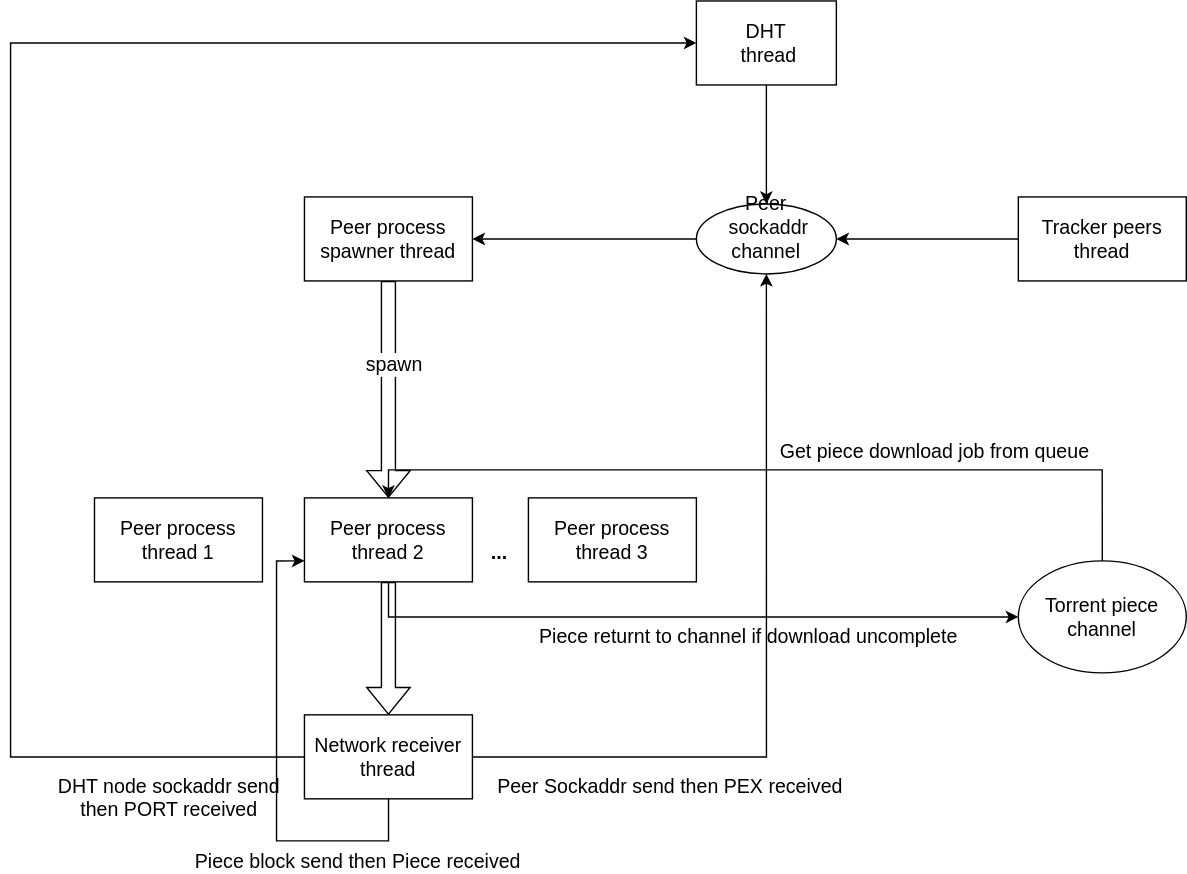
Before: etc/get-torrent.drawio.svg, a diagram exported from draw.io (h04x/get-torrent). Source tidied: cells renumbered, new cells last; positions are measured from the earlier drawing's top-left corner, leaving out a move shared by most shapes. Source of this version:
```xml
<mxGraphModel>
  <root>
    <mxCell id="0" />
    <mxCell id="1" parent="0" />
    <mxCell id="2" style="edgeStyle=orthogonalEdgeStyle;rounded=0;jettySize=auto;html=1;fontSize=14;" parent="1" edge="1" source="3" target="8">
      <mxGeometry relative="1" as="geometry" />
    </mxCell>
    <mxCell id="3" value="&lt;div&gt;Peer&lt;/div&gt;&lt;div&gt;&amp;nbsp;sockaddr channel&lt;/div&gt;&lt;div&gt;&lt;br&gt;&lt;/div&gt;" style="ellipse;whiteSpace=wrap;html=1;fontSize=14;" parent="1" vertex="1">
      <mxGeometry x="490" y="145" width="100" height="50" as="geometry" />
    </mxCell>
    <mxCell id="4" style="edgeStyle=orthogonalEdgeStyle;rounded=0;jettySize=auto;html=1;fontSize=14;" parent="1" edge="1" source="5" target="3">
      <mxGeometry relative="1" as="geometry" />
    </mxCell>
    <mxCell id="5" value="&lt;div&gt;Tracker peers&lt;/div&gt;&lt;div&gt;thread&lt;br&gt;&lt;/div&gt;" style="rounded=0;whiteSpace=wrap;html=1;fontSize=14;" parent="1" vertex="1">
      <mxGeometry x="720" y="140" width="120" height="60" as="geometry" />
    </mxCell>
    <mxCell id="6" style="edgeStyle=orthogonalEdgeStyle;shape=flexArrow;rounded=0;jettySize=auto;html=1;fontSize=14;" parent="1" edge="1" source="8" target="12">
      <mxGeometry relative="1" as="geometry" />
    </mxCell>
    <mxCell id="7" value="&lt;div&gt;spawn&lt;/div&gt;" style="edgeLabel;html=1;align=center;verticalAlign=middle;fontSize=14;" parent="6" vertex="1">
      <mxGeometry x="-0.17" y="3" relative="1" as="geometry">
        <mxPoint y="-4" as="offset" />
      </mxGeometry>
    </mxCell>
    <mxCell id="8" value="Peer process spawner thread" style="rounded=0;whiteSpace=wrap;html=1;fontSize=14;" parent="1" vertex="1">
      <mxGeometry x="210" y="140" width="120" height="60" as="geometry" />
    </mxCell>
    <mxCell id="9" style="edgeStyle=orthogonalEdgeStyle;rounded=0;jettySize=auto;html=1;entryX=0.5;entryY=0;entryDx=0;entryDy=0;fontSize=14;shape=flexArrow;" parent="1" edge="1" source="12" target="24">
      <mxGeometry relative="1" as="geometry" />
    </mxCell>
    <mxCell id="10" style="edgeStyle=orthogonalEdgeStyle;rounded=0;jettySize=auto;html=1;fontSize=14;" parent="1" edge="1" source="12" target="28">
      <mxGeometry relative="1" as="geometry">
        <Array as="points">
          <mxPoint x="270" y="440" />
        </Array>
      </mxGeometry>
    </mxCell>
    <mxCell id="11" value="Piece returnt to channel if download uncomplete" style="edgeLabel;html=1;align=center;verticalAlign=middle;fontSize=14;" parent="10" vertex="1">
      <mxGeometry y="2" relative="1" as="geometry">
        <mxPoint x="45" y="15" as="offset" />
      </mxGeometry>
    </mxCell>
    <mxCell id="12" value="Peer process thread 2" style="rounded=0;whiteSpace=wrap;html=1;fontSize=14;" parent="1" vertex="1">
      <mxGeometry x="210" y="355" width="120" height="60" as="geometry" />
    </mxCell>
    <mxCell id="13" value="&lt;div&gt;Peer process&lt;/div&gt;&lt;div&gt;thread 1&lt;br&gt;&lt;/div&gt;" style="rounded=0;whiteSpace=wrap;html=1;fontSize=14;" parent="1" vertex="1">
      <mxGeometry x="60" y="355" width="120" height="60" as="geometry" />
    </mxCell>
    <mxCell id="14" value="&lt;div&gt;Peer process thread 3&lt;br&gt;&lt;/div&gt;" style="rounded=0;whiteSpace=wrap;html=1;fontSize=14;" parent="1" vertex="1">
      <mxGeometry x="370" y="355" width="120" height="60" as="geometry" />
    </mxCell>
    <mxCell id="15" style="edgeStyle=orthogonalEdgeStyle;rounded=0;jettySize=auto;html=1;entryX=0.5;entryY=0;entryDx=0;entryDy=0;fontSize=14;exitX=0.5;exitY=1;exitDx=0;exitDy=0;" parent="1" edge="1" source="16" target="3">
      <mxGeometry relative="1" as="geometry" />
    </mxCell>
    <mxCell id="16" value="&lt;div&gt;DHT&lt;/div&gt;&lt;div&gt;&amp;nbsp;thread&lt;/div&gt;" style="rounded=0;whiteSpace=wrap;html=1;fontSize=14;" parent="1" vertex="1">
      <mxGeometry x="490" width="100" height="60" as="geometry" />
    </mxCell>
    <mxCell id="17" style="edgeStyle=orthogonalEdgeStyle;rounded=0;orthogonalLoop=1;jettySize=auto;html=1;exitX=0.5;exitY=1;exitDx=0;exitDy=0;fontSize=14;" parent="1" edge="1" source="3" target="3">
      <mxGeometry relative="1" as="geometry" />
    </mxCell>
    <mxCell id="18" style="edgeStyle=orthogonalEdgeStyle;rounded=0;jettySize=auto;html=1;entryX=0.5;entryY=1;entryDx=0;entryDy=0;fontSize=14;" parent="1" edge="1" source="24" target="3">
      <mxGeometry relative="1" as="geometry" />
    </mxCell>
    <mxCell id="19" value="Peer Sockaddr send then PEX received" style="edgeLabel;html=1;align=center;verticalAlign=middle;fontSize=14;" parent="18" vertex="1">
      <mxGeometry x="-0.71" y="3" relative="1" as="geometry">
        <mxPoint x="59" y="23" as="offset" />
      </mxGeometry>
    </mxCell>
    <mxCell id="20" style="edgeStyle=orthogonalEdgeStyle;rounded=0;jettySize=auto;html=1;entryX=0;entryY=0.5;entryDx=0;entryDy=0;fontSize=14;" parent="1" edge="1" source="24" target="16">
      <mxGeometry relative="1" as="geometry">
        <Array as="points">
          <mxPoint y="540" />
          <mxPoint y="30" />
        </Array>
      </mxGeometry>
    </mxCell>
    <mxCell id="21" value="&lt;div&gt;DHT node sockaddr send &lt;br&gt;&lt;/div&gt;&lt;div&gt;then PORT received&lt;/div&gt;" style="edgeLabel;html=1;align=center;verticalAlign=middle;fontSize=14;" parent="20" vertex="1">
      <mxGeometry x="-0.81" y="4" relative="1" as="geometry">
        <mxPoint x="18" y="24" as="offset" />
      </mxGeometry>
    </mxCell>
    <mxCell id="22" style="edgeStyle=orthogonalEdgeStyle;rounded=0;jettySize=auto;html=1;entryX=0;entryY=0.75;entryDx=0;entryDy=0;fontSize=14;" parent="1" edge="1" source="24" target="12">
      <mxGeometry relative="1" as="geometry">
        <Array as="points">
          <mxPoint x="270" y="600" />
          <mxPoint x="190" y="600" />
          <mxPoint x="190" y="400" />
        </Array>
      </mxGeometry>
    </mxCell>
    <mxCell id="23" value="Piece block send then Piece received" style="edgeLabel;html=1;align=center;verticalAlign=middle;fontSize=14;" parent="22" vertex="1">
      <mxGeometry x="-0.68" y="-2" relative="1" as="geometry">
        <mxPoint y="16" as="offset" />
      </mxGeometry>
    </mxCell>
    <mxCell id="24" value="&lt;div&gt;Network receiver thread&lt;/div&gt;" style="rounded=0;whiteSpace=wrap;html=1;fontSize=14;" parent="1" vertex="1">
      <mxGeometry x="210" y="510" width="120" height="60" as="geometry" />
    </mxCell>
    <mxCell id="25" value="&lt;b&gt;...&lt;/b&gt;" style="text;html=1;align=center;verticalAlign=middle;strokeColor=none;fillColor=none;fontSize=14;" parent="1" vertex="1">
      <mxGeometry x="334" y="384" width="30" height="20" as="geometry" />
    </mxCell>
    <mxCell id="26" style="edgeStyle=orthogonalEdgeStyle;rounded=0;jettySize=auto;html=1;entryX=0.5;entryY=0;entryDx=0;entryDy=0;fontSize=14;" parent="1" edge="1" source="28" target="12">
      <mxGeometry relative="1" as="geometry">
        <Array as="points">
          <mxPoint x="780" y="335" />
          <mxPoint x="270" y="335" />
        </Array>
      </mxGeometry>
    </mxCell>
    <mxCell id="27" value="Get piece download job from queue" style="edgeLabel;html=1;align=center;verticalAlign=middle;fontSize=14;" parent="26" vertex="1">
      <mxGeometry x="-0.23" y="1" relative="1" as="geometry">
        <mxPoint x="43" y="-15" as="offset" />
      </mxGeometry>
    </mxCell>
    <mxCell id="28" value="Torrent piece channel" style="ellipse;whiteSpace=wrap;html=1;fontSize=14;" parent="1" vertex="1">
      <mxGeometry x="720" y="400" width="120" height="80" as="geometry" />
    </mxCell>
  </root>
</mxGraphModel>
```
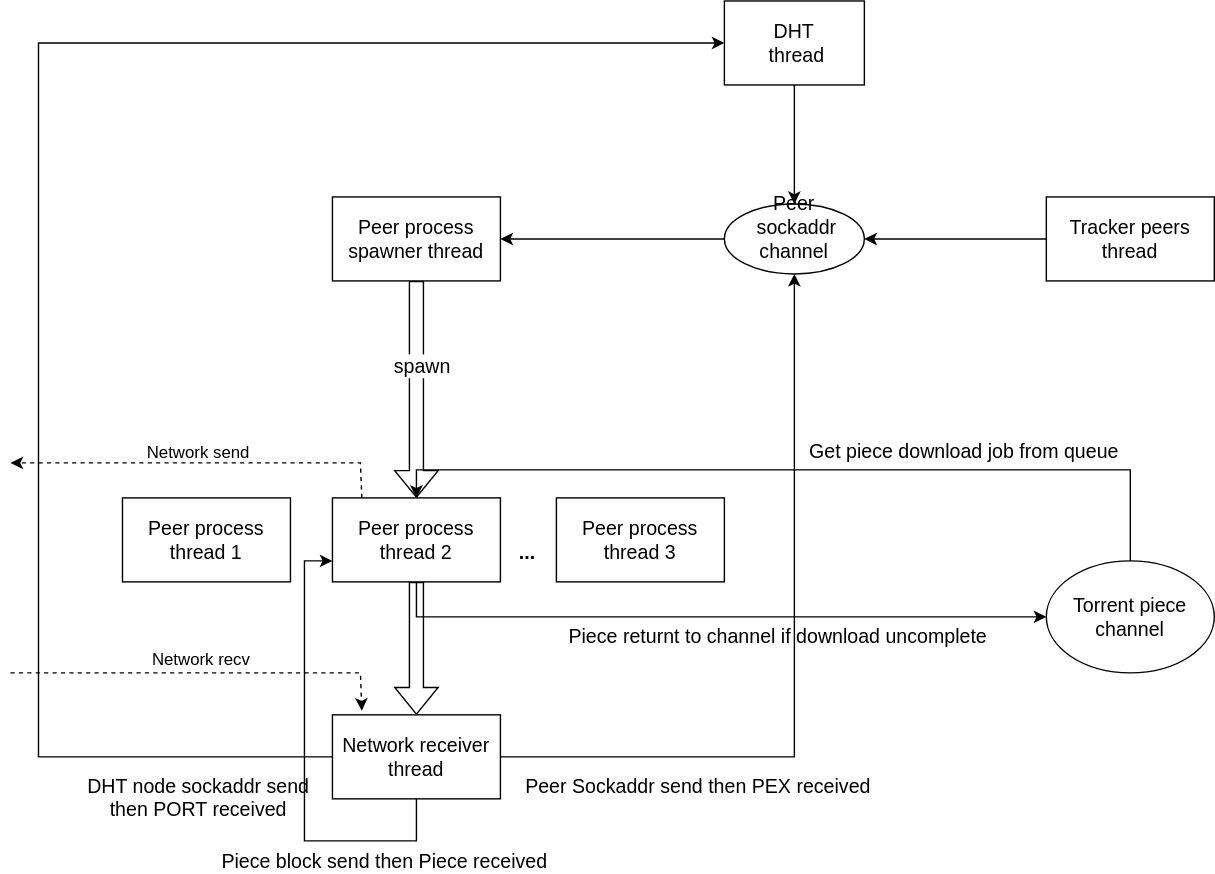
After the change.

Commit message:
upd diagramm

What changed in the source:
```diff
@@ -115,5 +115,29 @@
     <mxCell id="28" value="Torrent piece channel" style="ellipse;whiteSpace=wrap;html=1;fontSize=14;" parent="1" vertex="1">
       <mxGeometry x="720" y="400" width="120" height="80" as="geometry" />
     </mxCell>
+    <mxCell id="29" style="endArrow=classic;html=1;rounded=0;exitX=0.175;exitY=0;exitDx=0;exitDy=0;exitPerimeter=0;dashed=1;" parent="1" edge="1" source="12">
+      <mxGeometry relative="1" as="geometry">
+        <mxPoint x="-20" y="330" as="targetPoint" />
+        <Array as="points">
+          <mxPoint x="230" y="330" />
+        </Array>
+      </mxGeometry>
+    </mxCell>
+    <mxCell id="30" style="endArrow=classic;html=1;rounded=0;entryX=0.175;entryY=-0.05;entryDx=0;entryDy=0;entryPerimeter=0;dashed=1;" parent="1" edge="1" target="24">
+      <mxGeometry relative="1" as="geometry">
+        <mxPoint x="-20" y="480" as="sourcePoint" />
+        <Array as="points">
+          <mxPoint x="230" y="480" />
+        </Array>
+      </mxGeometry>
+    </mxCell>
+    <mxCell id="31" value="Network recv" style="edgeLabel;html=1;align=center;verticalAlign=middle;fontSize=12;" parent="30" vertex="1">
+      <mxGeometry x="-0.03" y="4" relative="1" as="geometry">
+        <mxPoint y="-6" as="offset" />
+      </mxGeometry>
+    </mxCell>
+    <mxCell id="32" value="Network send" style="text;html=1;align=center;verticalAlign=middle;strokeColor=none;fillColor=none;" parent="1" vertex="1">
+      <mxGeometry x="64" y="308" width="100" height="30" as="geometry" />
+    </mxCell>
   </root>
 </mxGraphModel>
```
